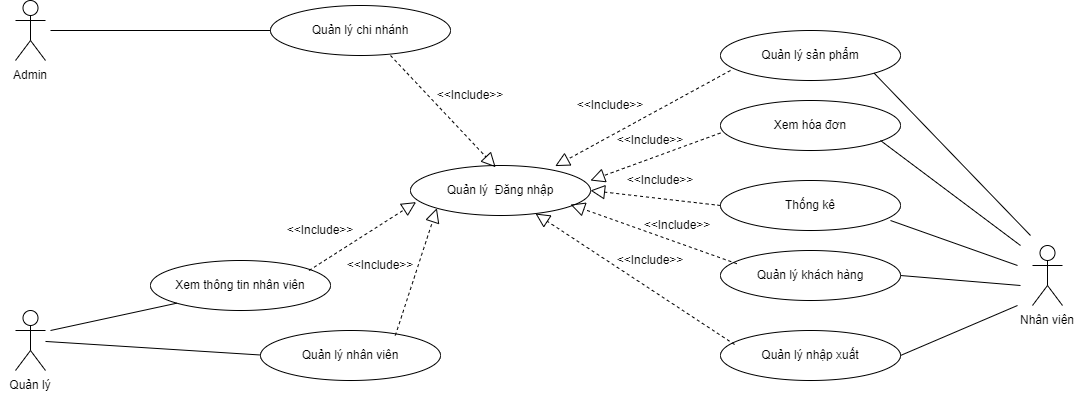
Before: Sơ Đồ UseCase.png, a diagram exported from draw.io (ChauCongTu/thiet-ke-linh-tinh). Source tidied: cells renumbered, new cells last; positions are measured from the earlier drawing's top-left corner, leaving out a move shared by most shapes.
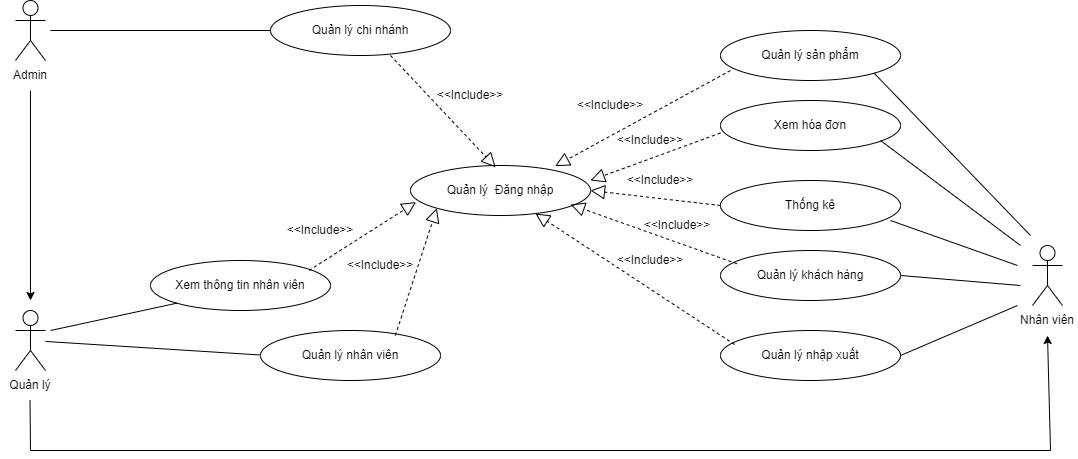
Later version of the same file.

Commit message:
Cập nhật Sơ Đồ UseCase.png

Change to the diagram source:
```diff
@@ -152,5 +152,19 @@
     <mxCell id="40" value="&amp;lt;&amp;lt;Include&amp;gt;&amp;gt;" style="text;html=1;strokeColor=none;fillColor=none;align=center;verticalAlign=middle;whiteSpace=wrap;rounded=0;" parent="1" vertex="1">
       <mxGeometry x="290" y="215" width="60" height="30" as="geometry" />
     </mxCell>
+    <mxCell id="41" style="endArrow=classic;html=1;rounded=0;exitX=0.5;exitY=1;exitDx=0;exitDy=0;" parent="1" edge="1" source="3">
+      <mxGeometry relative="1" as="geometry">
+        <mxPoint x="30" y="300" as="targetPoint" />
+      </mxGeometry>
+    </mxCell>
+    <mxCell id="42" style="endArrow=classic;html=1;rounded=0;exitX=0.5;exitY=1;exitDx=0;exitDy=0;entryX=0.5;entryY=1;entryDx=0;entryDy=0;" parent="1" edge="1" target="5">
+      <mxGeometry relative="1" as="geometry">
+        <mxPoint x="29.5" y="400" as="sourcePoint" />
+        <Array as="points">
+          <mxPoint x="30" y="450" />
+          <mxPoint x="1050" y="450" />
+        </Array>
+      </mxGeometry>
+    </mxCell>
   </root>
 </mxGraphModel>
```
